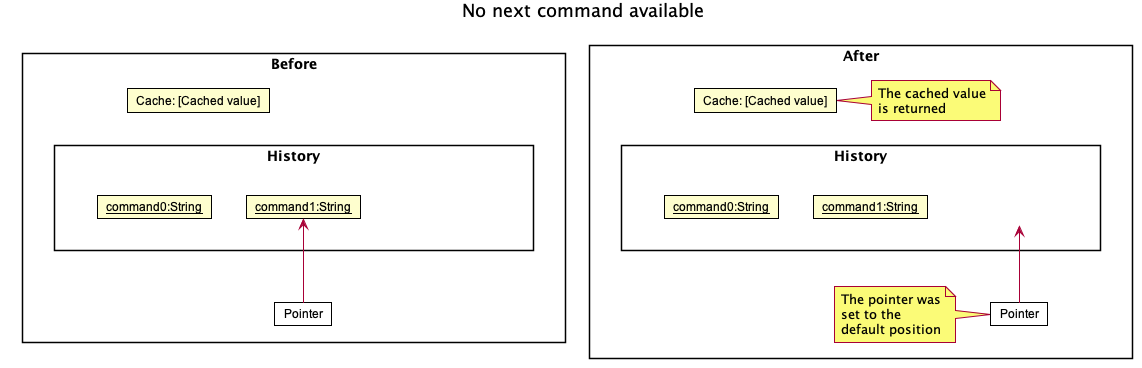
Earlier version of the PlantUML export docs/images/CommandRecallReturnsCache.png (ypinhsuan/tp).
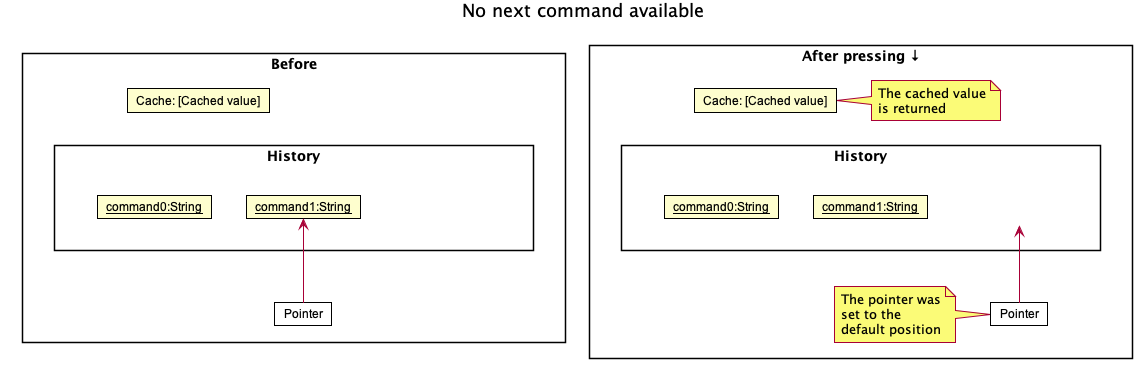
After the change.

The edit, as a diff of the source:
```diff
@@ -67,7 +67,7 @@
     class Pointer as "  Pointer  " #FFFFFF
 }
 
-package "After" <<Rectangle>>{
+package "After pressing ↓" <<Rectangle>>{
     note "The cached value\nis returned" as N1
     note "The pointer was\nset to the\ndefault position" as N2
     class Hidden2
```
